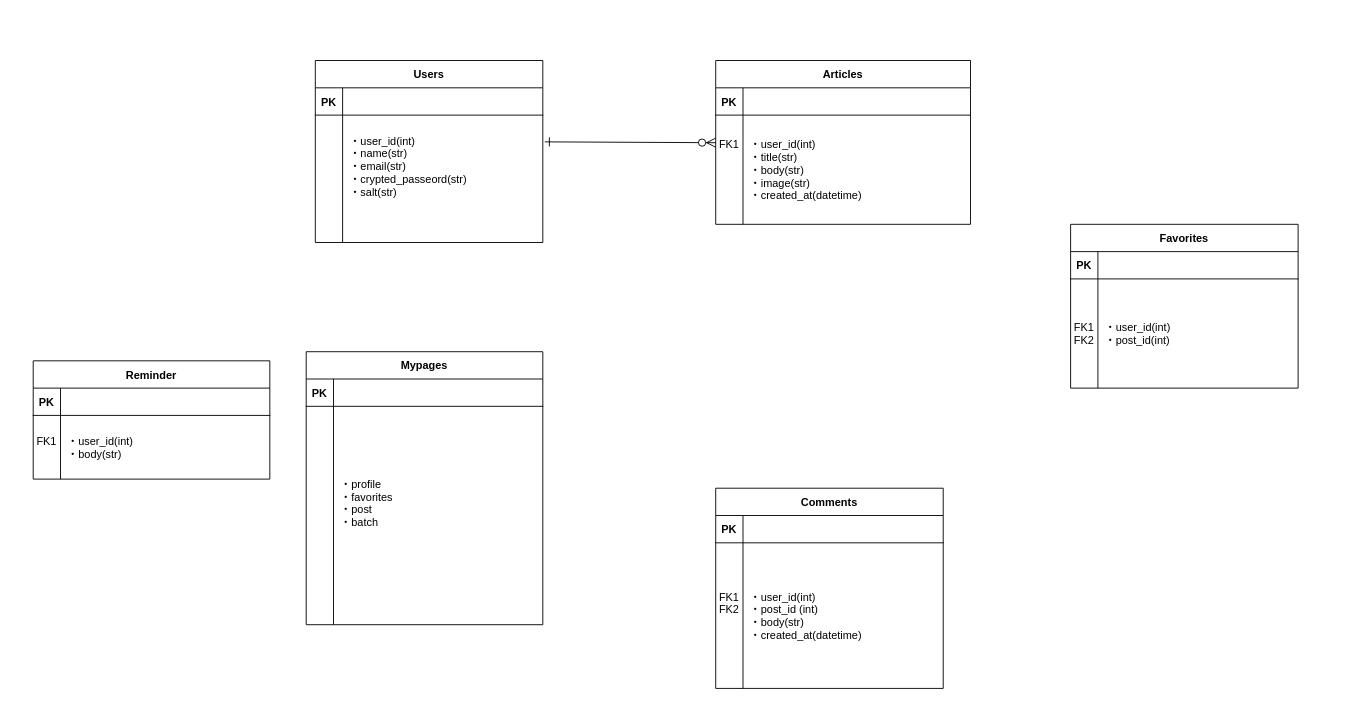
s17w09/Entity-Relationship-Diagram keeps this draw.io diagram as 名称未設定ファイル.drawio. Above is the earlier version. Source tidied: cells renumbered, new cells numbered last; positions are measured from the earlier drawing's top-left corner, leaving out a move shared by most shapes. Both pictures are drawn from the tidied source at 91%, with x=0, y=0 at pixel (33, 60).
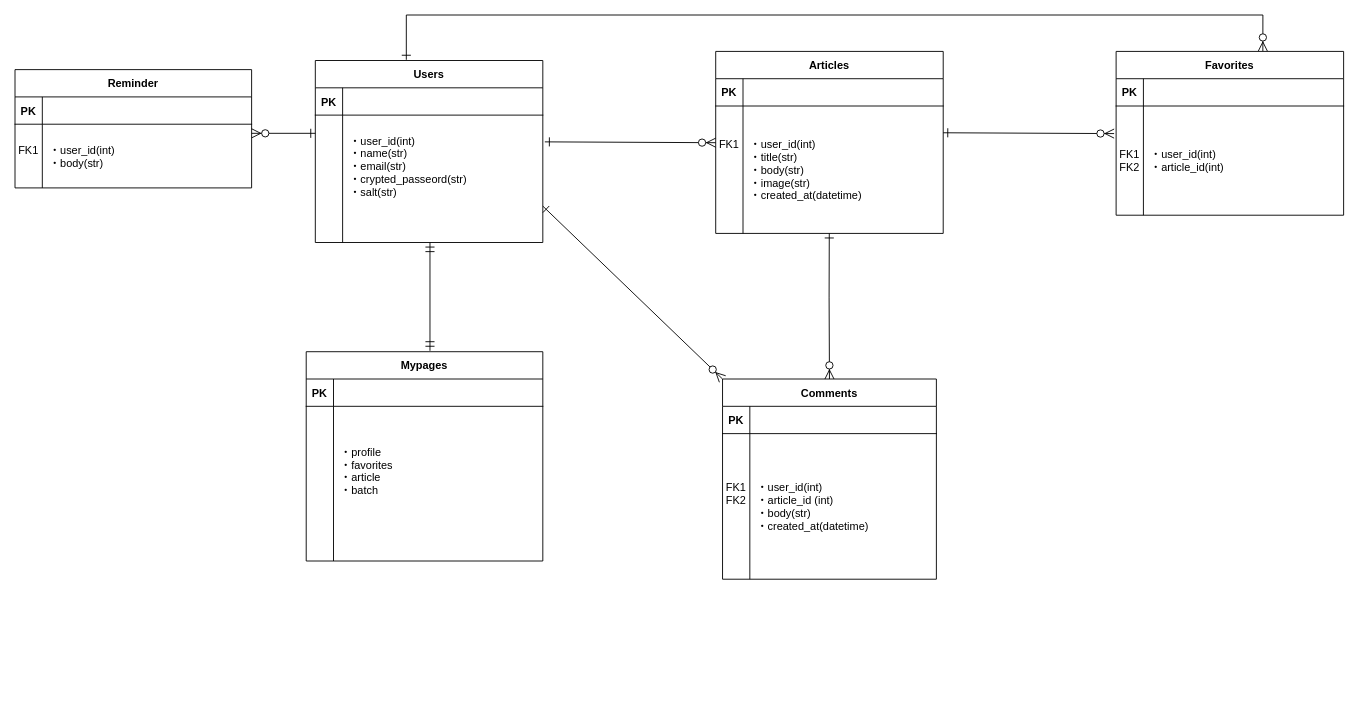
The same diagram, later.

Commit message:
名称未設定ファイル.drawio を更新します

The change refers to these unchanged cells:
```xml
<mxCell id="9" value="Users" style="shape=table;startSize=30;childLayout=tableLayout;rowLines=0;fontStyle=1;align=center;" parent="1" vertex="1">
  <mxGeometry x="310" width="250" height="200" as="geometry" />
</mxCell>
<mxCell id="13" style="shape=partialRectangle;fillColor=none;points=[[0,0.5],[1,0.5]];portConstraint=eastwest;top=0;left=0;right=0;bottom=0;" parent="9" vertex="1">
  <mxGeometry y="60" width="250" height="140" as="geometry" />
</mxCell>
<mxCell id="20" style="shape=partialRectangle;fillColor=none;top=0;left=0;right=0;bottom=0;" parent="16" vertex="1">
  <mxGeometry y="60" width="250" height="120" as="geometry" />
</mxCell>
```

Change to the diagram source:
```diff
@@
     <mxCell id="2" value="Articles" style="shape=table;startSize=30;childLayout=tableLayout;rowLines=0;fontStyle=1;align=center;" parent="1" vertex="1">
-      <mxGeometry x="750" width="280" height="180" as="geometry" />
+      <mxGeometry x="750" y="-10" width="250" height="200" as="geometry" />
     </mxCell>
     <mxCell id="3" style="shape=partialRectangle;fillColor=none;top=0;left=0;right=0;bottom=1;" parent="2" vertex="1">
-      <mxGeometry y="30" width="280" height="30" as="geometry" />
+      <mxGeometry y="30" width="250" height="30" as="geometry" />
     </mxCell>
@@
     <mxCell id="5" style="shape=partialRectangle;overflow=hidden;fillColor=none;top=0;left=0;bottom=0;right=0;align=left;spacingLeft=6;fontStyle=5;" parent="3" vertex="1">
-      <mxGeometry x="30" width="250" height="30" as="geometry" />
+      <mxGeometry x="30" width="220" height="30" as="geometry" />
     </mxCell>
     <mxCell id="6" style="shape=partialRectangle;fillColor=none;top=0;left=0;right=0;bottom=0;" parent="2" vertex="1">
-      <mxGeometry y="60" width="280" height="120" as="geometry" />
+      <mxGeometry y="60" width="250" height="140" as="geometry" />
     </mxCell>
     <mxCell id="7" value="FK1&#10;&#10;&#10;&#10;" style="shape=partialRectangle;overflow=hidden;fillColor=none;top=0;left=0;bottom=0;right=0;" parent="6" vertex="1">
-      <mxGeometry width="30" height="120" as="geometry" />
+      <mxGeometry width="30" height="140" as="geometry" />
     </mxCell>
     <mxCell id="8" value="・user_id(int)&#10;・title(str)&#10;・body(str)&#10;・image(str)&#10;・created_at(datetime)" style="shape=partialRectangle;overflow=hidden;fillColor=none;top=0;left=0;bottom=0;right=0;align=left;spacingLeft=6;" parent="6" vertex="1">
-      <mxGeometry x="30" width="250" height="120" as="geometry" />
+      <mxGeometry x="30" width="220" height="140" as="geometry" />
     </mxCell>
@@
     <mxCell id="16" value="Favorites" style="shape=table;startSize=30;childLayout=tableLayout;rowLines=0;fontStyle=1;align=center;" parent="1" vertex="1">
-      <mxGeometry x="1140" y="180" width="250" height="180" as="geometry" />
+      <mxGeometry x="1190" y="-10" width="250" height="180" as="geometry" />
     </mxCell>
@@
-    <mxCell id="22" value="・user_id(int)&#10;・post_id(int)" style="shape=partialRectangle;overflow=hidden;fillColor=none;top=0;left=0;bottom=0;right=0;align=left;spacingLeft=6;" parent="20" vertex="1">
+    <mxCell id="22" value="・user_id(int)&#10;・article_id(int)" style="shape=partialRectangle;overflow=hidden;fillColor=none;top=0;left=0;bottom=0;right=0;align=left;spacingLeft=6;" parent="20" vertex="1">
       <mxGeometry x="30" width="220" height="120" as="geometry" />
     </mxCell>
     <mxCell id="23" value="Reminder" style="shape=table;startSize=30;childLayout=tableLayout;rowLines=0;fontStyle=1;align=center;" parent="1" vertex="1">
-      <mxGeometry y="330" width="260" height="130" as="geometry" />
+      <mxGeometry x="-20" y="10" width="260" height="130" as="geometry" />
     </mxCell>
@@
     <mxCell id="30" value="Comments" style="shape=table;startSize=30;childLayout=tableLayout;rowLines=0;fontStyle=1;align=center;" parent="1" vertex="1">
-      <mxGeometry x="750" y="470" width="250" height="220" as="geometry" />
+      <mxGeometry x="757.5" y="350" width="235" height="220" as="geometry" />
     </mxCell>
     <mxCell id="31" style="shape=partialRectangle;fillColor=none;top=0;left=0;right=0;bottom=1;" parent="30" vertex="1">
-      <mxGeometry y="30" width="250" height="30" as="geometry" />
+      <mxGeometry y="30" width="235" height="30" as="geometry" />
     </mxCell>
@@
     <mxCell id="33" style="shape=partialRectangle;overflow=hidden;fillColor=none;top=0;left=0;bottom=0;right=0;align=left;spacingLeft=6;fontStyle=5;" parent="31" vertex="1">
-      <mxGeometry x="30" width="220" height="30" as="geometry" />
+      <mxGeometry x="30" width="205" height="30" as="geometry" />
     </mxCell>
     <mxCell id="34" style="shape=partialRectangle;fillColor=none;top=0;left=0;right=0;bottom=0;" parent="30" vertex="1">
-      <mxGeometry y="60" width="250" height="160" as="geometry" />
+      <mxGeometry y="60" width="235" height="160" as="geometry" />
     </mxCell>
@@
-    <mxCell id="36" value="・user_id(int)&#10;・post_id (int)&#10;・body(str)&#10;・created_at(datetime)" style="shape=partialRectangle;overflow=hidden;fillColor=none;top=0;left=0;bottom=0;right=0;align=left;spacingLeft=6;" parent="34" vertex="1">
-      <mxGeometry x="30" width="220" height="160" as="geometry" />
+    <mxCell id="36" value="・user_id(int)&#10;・article_id (int)&#10;・body(str)&#10;・created_at(datetime)" style="shape=partialRectangle;overflow=hidden;fillColor=none;top=0;left=0;bottom=0;right=0;align=left;spacingLeft=6;" parent="34" vertex="1">
+      <mxGeometry x="30" width="205" height="160" as="geometry" />
     </mxCell>
     <mxCell id="37" value="Mypages" style="shape=table;startSize=30;childLayout=tableLayout;rowLines=0;fontStyle=1;align=center;" parent="1" vertex="1">
-      <mxGeometry x="300" y="320" width="260" height="300" as="geometry" />
+      <mxGeometry x="300" y="320" width="260" height="230" as="geometry" />
     </mxCell>
@@
     <mxCell id="41" style="shape=partialRectangle;fillColor=none;top=0;left=0;right=0;bottom=0;" parent="37" vertex="1">
-      <mxGeometry y="60" width="260" height="240" as="geometry" />
+      <mxGeometry y="60" width="260" height="170" as="geometry" />
     </mxCell>
     <mxCell id="42" style="shape=partialRectangle;overflow=hidden;fillColor=none;top=0;left=0;bottom=0;right=0;" parent="41" vertex="1">
-      <mxGeometry width="30" height="240" as="geometry" />
+      <mxGeometry width="30" height="170" as="geometry" />
     </mxCell>
-    <mxCell id="43" value="・profile&#10;・favorites&#10;・post&#10;・batch&#10;&#10;" style="shape=partialRectangle;overflow=hidden;fillColor=none;top=0;left=0;bottom=0;right=0;align=left;spacingLeft=6;" parent="41" vertex="1">
-      <mxGeometry x="30" width="230" height="240" as="geometry" />
+    <mxCell id="43" value="・profile&#10;・favorites&#10;・article&#10;・batch&#10;&#10;" style="shape=partialRectangle;overflow=hidden;fillColor=none;top=0;left=0;bottom=0;right=0;align=left;spacingLeft=6;" parent="41" vertex="1">
+      <mxGeometry x="30" width="230" height="170" as="geometry" />
     </mxCell>
@@
+    <mxCell id="45" style="fontSize=12;html=1;endArrow=ERzeroToMany;startArrow=ERone;rounded=0;startSize=8;endSize=8;elbow=vertical;startFill=0;entryX=0.5;entryY=0;entryDx=0;entryDy=0;exitX=1;exitY=0.5;exitDx=0;exitDy=0;" parent="1" edge="1" target="30">
+      <mxGeometry relative="1" as="geometry">
+        <mxPoint x="874.8" y="190" as="sourcePoint" />
+        <Array as="points">
+          <mxPoint x="874.6" y="260" />
+        </Array>
+      </mxGeometry>
+    </mxCell>
+    <mxCell id="46" style="fontSize=12;html=1;endArrow=ERzeroToMany;startArrow=ERone;rounded=0;startSize=8;endSize=8;elbow=vertical;startFill=0;entryX=-0.008;entryY=0.591;entryDx=0;entryDy=0;exitX=1;exitY=0.5;exitDx=0;exitDy=0;entryPerimeter=0;" parent="1" edge="1">
+      <mxGeometry relative="1" as="geometry">
+        <mxPoint x="1000" y="79.4" as="sourcePoint" />
+        <mxPoint x="1187.8" y="80.3" as="targetPoint" />
+      </mxGeometry>
+    </mxCell>
+    <mxCell id="47" style="fontSize=12;html=1;endArrow=ERzeroToMany;startArrow=ERone;rounded=0;startSize=8;endSize=8;elbow=vertical;startFill=0;entryX=0;entryY=0;entryDx=0;entryDy=0;exitX=1;exitY=0.5;exitDx=0;exitDy=0;" parent="1" edge="1" target="30">
+      <mxGeometry relative="1" as="geometry">
+        <mxPoint x="560" y="160" as="sourcePoint" />
+      </mxGeometry>
+    </mxCell>
+    <mxCell id="48" style="fontSize=12;html=1;endArrow=ERzeroToMany;startArrow=ERone;rounded=0;startSize=8;endSize=8;startFill=0;edgeStyle=orthogonalEdgeStyle;entryX=0.645;entryY=-0.002;entryDx=0;entryDy=0;entryPerimeter=0;elbow=vertical;exitX=0.4;exitY=-0.004;exitDx=0;exitDy=0;exitPerimeter=0;" parent="1" edge="1" source="9" target="16">
+      <mxGeometry relative="1" as="geometry">
+        <Array as="points">
+          <mxPoint x="410" y="-50" />
+          <mxPoint x="1351" y="-50" />
+        </Array>
+      </mxGeometry>
+    </mxCell>
+    <mxCell id="49" style="fontSize=12;html=1;endArrow=ERzeroToMany;startArrow=ERone;rounded=0;startSize=8;endSize=8;elbow=vertical;startFill=0;" parent="1" edge="1">
+      <mxGeometry relative="1" as="geometry">
+        <mxPoint x="310" y="80" as="sourcePoint" />
+        <mxPoint x="240" y="80" as="targetPoint" />
+      </mxGeometry>
+    </mxCell>
+    <mxCell id="50" style="fontSize=12;html=1;endArrow=ERmandOne;startArrow=ERmandOne;rounded=0;startSize=8;endSize=8;entryX=0.504;entryY=1;entryDx=0;entryDy=0;entryPerimeter=0;" parent="1" edge="1" target="13">
+      <mxGeometry relative="1" as="geometry">
+        <mxPoint x="436" y="319" as="sourcePoint" />
+      </mxGeometry>
+    </mxCell>
```
